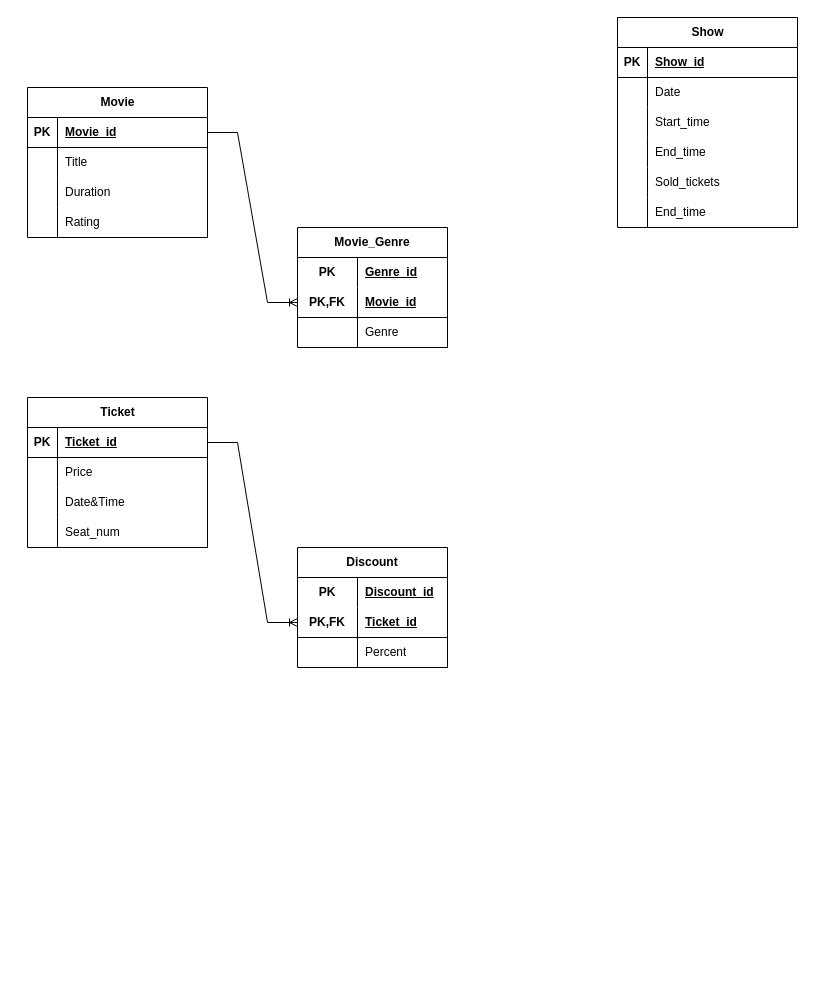
Earlier version of the draw.io diagram Cinema_db_tables.drawio (R-Zarei/Cinema-db). Source tidied: cells renumbered, new cells numbered last; positions are measured from the earlier drawing's top-left corner, leaving out a move shared by most shapes. Both pictures are drawn from the tidied source at 100%, with x=0, y=0 at pixel (27, 17).
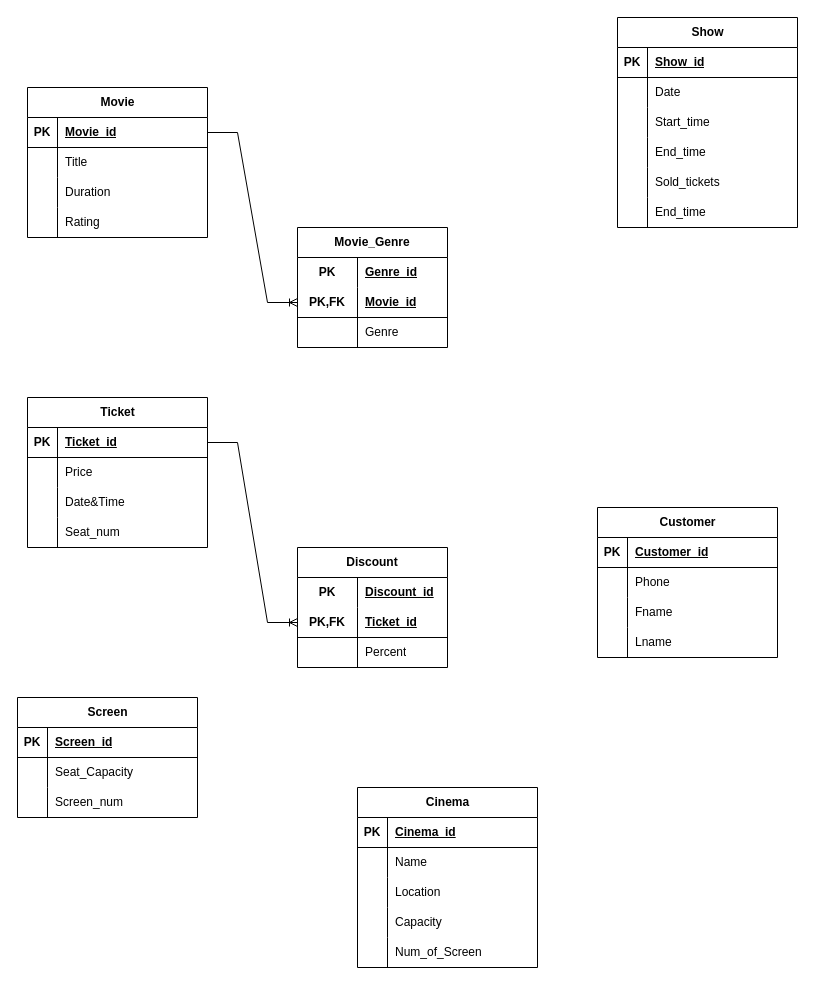
The same diagram, later.

Diff of the diagram source:
```diff
@@
+    <mxCell id="69" value="Customer" style="shape=table;startSize=30;childLayout=tableLayout;rowLines=0;fontStyle=1;align=center;html=1;" parent="1" vertex="1">
+      <mxGeometry x="570" y="490" width="180" height="150" as="geometry" />
+    </mxCell>
+    <mxCell id="70" style="shape=tableRow;horizontal=0;startSize=0;swimlaneHead=0;swimlaneBody=0;fillColor=none;top=0;left=0;right=0;bottom=1;" parent="69" vertex="1">
+      <mxGeometry y="30" width="180" height="30" as="geometry" />
+    </mxCell>
+    <mxCell id="71" value="PK" style="shape=partialRectangle;fillColor=none;top=0;left=0;bottom=0;right=0;fontStyle=1;overflow=hidden;whiteSpace=wrap;html=1;" parent="70" vertex="1">
+      <mxGeometry width="30" height="30" as="geometry" />
+    </mxCell>
+    <mxCell id="72" value="Customer_id" style="shape=partialRectangle;fillColor=none;top=0;left=0;bottom=0;right=0;align=left;spacingLeft=6;fontStyle=5;overflow=hidden;whiteSpace=wrap;html=1;" parent="70" vertex="1">
+      <mxGeometry x="30" width="150" height="30" as="geometry" />
+    </mxCell>
+    <mxCell id="73" style="shape=tableRow;horizontal=0;startSize=0;swimlaneHead=0;swimlaneBody=0;fillColor=none;top=0;left=0;right=0;bottom=0;" parent="69" vertex="1">
+      <mxGeometry y="60" width="180" height="30" as="geometry" />
+    </mxCell>
+    <mxCell id="74" style="shape=partialRectangle;fillColor=none;top=0;left=0;bottom=0;right=0;overflow=hidden;whiteSpace=wrap;html=1;" parent="73" vertex="1">
+      <mxGeometry width="30" height="30" as="geometry" />
+    </mxCell>
+    <mxCell id="75" value="Phone" style="shape=partialRectangle;fillColor=none;top=0;left=0;bottom=0;right=0;align=left;spacingLeft=6;overflow=hidden;whiteSpace=wrap;html=1;" parent="73" vertex="1">
+      <mxGeometry x="30" width="150" height="30" as="geometry" />
+    </mxCell>
+    <mxCell id="76" style="shape=tableRow;horizontal=0;startSize=0;swimlaneHead=0;swimlaneBody=0;fillColor=none;top=0;left=0;right=0;bottom=0;" parent="69" vertex="1">
+      <mxGeometry y="90" width="180" height="30" as="geometry" />
+    </mxCell>
+    <mxCell id="77" style="shape=partialRectangle;fillColor=none;top=0;left=0;bottom=0;right=0;overflow=hidden;whiteSpace=wrap;html=1;" parent="76" vertex="1">
+      <mxGeometry width="30" height="30" as="geometry" />
+    </mxCell>
+    <mxCell id="78" value="Fname" style="shape=partialRectangle;fillColor=none;top=0;left=0;bottom=0;right=0;align=left;spacingLeft=6;overflow=hidden;whiteSpace=wrap;html=1;" parent="76" vertex="1">
+      <mxGeometry x="30" width="150" height="30" as="geometry" />
+    </mxCell>
+    <mxCell id="79" style="shape=tableRow;horizontal=0;startSize=0;swimlaneHead=0;swimlaneBody=0;fillColor=none;top=0;left=0;right=0;bottom=0;" parent="69" vertex="1">
+      <mxGeometry y="120" width="180" height="30" as="geometry" />
+    </mxCell>
+    <mxCell id="80" style="shape=partialRectangle;fillColor=none;top=0;left=0;bottom=0;right=0;overflow=hidden;whiteSpace=wrap;html=1;" parent="79" vertex="1">
+      <mxGeometry width="30" height="30" as="geometry" />
+    </mxCell>
+    <mxCell id="81" value="Lname" style="shape=partialRectangle;fillColor=none;top=0;left=0;bottom=0;right=0;align=left;spacingLeft=6;overflow=hidden;whiteSpace=wrap;html=1;" parent="79" vertex="1">
+      <mxGeometry x="30" width="150" height="30" as="geometry" />
+    </mxCell>
+    <mxCell id="82" value="Screen" style="shape=table;startSize=30;childLayout=tableLayout;rowLines=0;fontStyle=1;align=center;html=1;" parent="1" vertex="1">
+      <mxGeometry x="-10" y="680" width="180" height="120" as="geometry" />
+    </mxCell>
+    <mxCell id="83" style="shape=tableRow;horizontal=0;startSize=0;swimlaneHead=0;swimlaneBody=0;fillColor=none;top=0;left=0;right=0;bottom=1;" parent="82" vertex="1">
+      <mxGeometry y="30" width="180" height="30" as="geometry" />
+    </mxCell>
+    <mxCell id="84" value="PK" style="shape=partialRectangle;fillColor=none;top=0;left=0;bottom=0;right=0;fontStyle=1;overflow=hidden;whiteSpace=wrap;html=1;" parent="83" vertex="1">
+      <mxGeometry width="30" height="30" as="geometry" />
+    </mxCell>
+    <mxCell id="85" value="Screen_id" style="shape=partialRectangle;fillColor=none;top=0;left=0;bottom=0;right=0;align=left;spacingLeft=6;fontStyle=5;overflow=hidden;whiteSpace=wrap;html=1;" parent="83" vertex="1">
+      <mxGeometry x="30" width="150" height="30" as="geometry" />
+    </mxCell>
+    <mxCell id="86" style="shape=tableRow;horizontal=0;startSize=0;swimlaneHead=0;swimlaneBody=0;fillColor=none;top=0;left=0;right=0;bottom=0;" parent="82" vertex="1">
+      <mxGeometry y="60" width="180" height="30" as="geometry" />
+    </mxCell>
+    <mxCell id="87" style="shape=partialRectangle;fillColor=none;top=0;left=0;bottom=0;right=0;overflow=hidden;whiteSpace=wrap;html=1;" parent="86" vertex="1">
+      <mxGeometry width="30" height="30" as="geometry" />
+    </mxCell>
+    <mxCell id="88" value="Seat_Capacity" style="shape=partialRectangle;fillColor=none;top=0;left=0;bottom=0;right=0;align=left;spacingLeft=6;overflow=hidden;whiteSpace=wrap;html=1;" parent="86" vertex="1">
+      <mxGeometry x="30" width="150" height="30" as="geometry" />
+    </mxCell>
+    <mxCell id="89" style="shape=tableRow;horizontal=0;startSize=0;swimlaneHead=0;swimlaneBody=0;fillColor=none;top=0;left=0;right=0;bottom=0;" parent="82" vertex="1">
+      <mxGeometry y="90" width="180" height="30" as="geometry" />
+    </mxCell>
+    <mxCell id="90" style="shape=partialRectangle;fillColor=none;top=0;left=0;bottom=0;right=0;overflow=hidden;whiteSpace=wrap;html=1;" parent="89" vertex="1">
+      <mxGeometry width="30" height="30" as="geometry" />
+    </mxCell>
+    <mxCell id="91" value="Screen_num" style="shape=partialRectangle;fillColor=none;top=0;left=0;bottom=0;right=0;align=left;spacingLeft=6;overflow=hidden;whiteSpace=wrap;html=1;" parent="89" vertex="1">
+      <mxGeometry x="30" width="150" height="30" as="geometry" />
+    </mxCell>
+    <mxCell id="92" value="Cinema" style="shape=table;startSize=30;childLayout=tableLayout;rowLines=0;fontStyle=1;align=center;html=1;" parent="1" vertex="1">
+      <mxGeometry x="330" y="770" width="180" height="180" as="geometry" />
+    </mxCell>
+    <mxCell id="93" style="shape=tableRow;horizontal=0;startSize=0;swimlaneHead=0;swimlaneBody=0;fillColor=none;top=0;left=0;right=0;bottom=1;" parent="92" vertex="1">
+      <mxGeometry y="30" width="180" height="30" as="geometry" />
+    </mxCell>
+    <mxCell id="94" value="PK" style="shape=partialRectangle;fillColor=none;top=0;left=0;bottom=0;right=0;fontStyle=1;overflow=hidden;whiteSpace=wrap;html=1;" parent="93" vertex="1">
+      <mxGeometry width="30" height="30" as="geometry" />
+    </mxCell>
+    <mxCell id="95" value="Cinema_id" style="shape=partialRectangle;fillColor=none;top=0;left=0;bottom=0;right=0;align=left;spacingLeft=6;fontStyle=5;overflow=hidden;whiteSpace=wrap;html=1;" parent="93" vertex="1">
+      <mxGeometry x="30" width="150" height="30" as="geometry" />
+    </mxCell>
+    <mxCell id="96" style="shape=tableRow;horizontal=0;startSize=0;swimlaneHead=0;swimlaneBody=0;fillColor=none;top=0;left=0;right=0;bottom=0;" parent="92" vertex="1">
+      <mxGeometry y="60" width="180" height="30" as="geometry" />
+    </mxCell>
+    <mxCell id="97" style="shape=partialRectangle;fillColor=none;top=0;left=0;bottom=0;right=0;overflow=hidden;whiteSpace=wrap;html=1;" parent="96" vertex="1">
+      <mxGeometry width="30" height="30" as="geometry" />
+    </mxCell>
+    <mxCell id="98" value="Name" style="shape=partialRectangle;fillColor=none;top=0;left=0;bottom=0;right=0;align=left;spacingLeft=6;overflow=hidden;whiteSpace=wrap;html=1;" parent="96" vertex="1">
+      <mxGeometry x="30" width="150" height="30" as="geometry" />
+    </mxCell>
+    <mxCell id="99" style="shape=tableRow;horizontal=0;startSize=0;swimlaneHead=0;swimlaneBody=0;fillColor=none;top=0;left=0;right=0;bottom=0;" parent="92" vertex="1">
+      <mxGeometry y="90" width="180" height="30" as="geometry" />
+    </mxCell>
+    <mxCell id="100" style="shape=partialRectangle;fillColor=none;top=0;left=0;bottom=0;right=0;overflow=hidden;whiteSpace=wrap;html=1;" parent="99" vertex="1">
+      <mxGeometry width="30" height="30" as="geometry" />
+    </mxCell>
+    <mxCell id="101" value="Location" style="shape=partialRectangle;fillColor=none;top=0;left=0;bottom=0;right=0;align=left;spacingLeft=6;overflow=hidden;whiteSpace=wrap;html=1;" parent="99" vertex="1">
+      <mxGeometry x="30" width="150" height="30" as="geometry" />
+    </mxCell>
+    <mxCell id="102" style="shape=tableRow;horizontal=0;startSize=0;swimlaneHead=0;swimlaneBody=0;fillColor=none;top=0;left=0;right=0;bottom=0;" parent="92" vertex="1">
+      <mxGeometry y="120" width="180" height="30" as="geometry" />
+    </mxCell>
+    <mxCell id="103" style="shape=partialRectangle;fillColor=none;top=0;left=0;bottom=0;right=0;overflow=hidden;whiteSpace=wrap;html=1;" parent="102" vertex="1">
+      <mxGeometry width="30" height="30" as="geometry" />
+    </mxCell>
+    <mxCell id="104" value="Capacity" style="shape=partialRectangle;fillColor=none;top=0;left=0;bottom=0;right=0;align=left;spacingLeft=6;overflow=hidden;whiteSpace=wrap;html=1;" parent="102" vertex="1">
+      <mxGeometry x="30" width="150" height="30" as="geometry" />
+    </mxCell>
+    <mxCell id="105" style="shape=tableRow;horizontal=0;startSize=0;swimlaneHead=0;swimlaneBody=0;fillColor=none;top=0;left=0;right=0;bottom=0;" parent="92" vertex="1">
+      <mxGeometry y="150" width="180" height="30" as="geometry" />
+    </mxCell>
+    <mxCell id="106" style="shape=partialRectangle;fillColor=none;top=0;left=0;bottom=0;right=0;overflow=hidden;whiteSpace=wrap;html=1;" parent="105" vertex="1">
+      <mxGeometry width="30" height="30" as="geometry" />
+    </mxCell>
+    <mxCell id="107" value="Num_of_Screen" style="shape=partialRectangle;fillColor=none;top=0;left=0;bottom=0;right=0;align=left;spacingLeft=6;overflow=hidden;whiteSpace=wrap;html=1;" parent="105" vertex="1">
+      <mxGeometry x="30" width="150" height="30" as="geometry" />
+    </mxCell>
```
